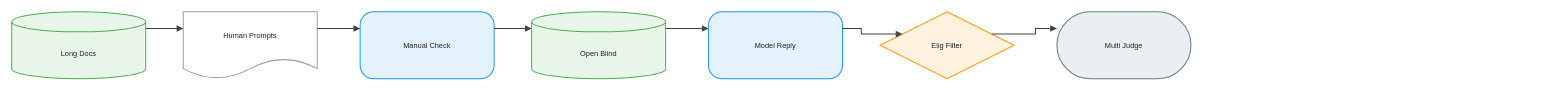
This is client/public/drawio/FACTS_Grounding/FACTS_Grounding.en.drawio from joe1chief/benchmark-hub, a draw.io file, before an edit. Source tidied: cells renumbered, new cells numbered last; positions are measured from the earlier drawing's top-left corner, leaving out a move shared by most shapes. Both pictures are drawn from the tidied source at 67%, with x=0, y=0 at pixel (11, 11).
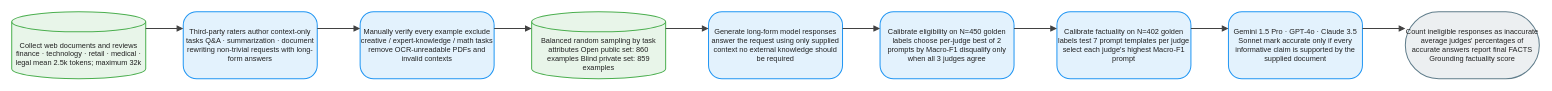
The same diagram, later.

Change to the diagram source:
```diff
@@
 <mxGraphModel background="#FFFFFF">
   <root>
     <mxCell id="0" />
     <mxCell id="1" parent="0" />
-    <mxCell id="2" value="Long Docs" style="shape=cylinder3;boundedLbl=1;backgroundOutline=1;size=15;html=1;whiteSpace=wrap;fillColor=#E8F5E9;strokeColor=#4CAF50;strokeWidth=1.5;fontColor=#212121;fontSize=11;fontFamily=Arial, Helvetica, sans-serif;verticalAlign=middle;align=center;" parent="1" vertex="1">
+    <mxCell id="2" value="Collect web documents and reviews finance · technology · retail · medical · legal mean 2.5k tokens; maximum 32k" style="shape=cylinder3;boundedLbl=1;backgroundOutline=1;size=15;html=1;whiteSpace=wrap;fillColor=#E8F5E9;strokeColor=#4CAF50;strokeWidth=1.5;fontColor=#212121;fontSize=11;fontFamily=Arial, Helvetica, sans-serif;verticalAlign=middle;align=center;" parent="1" vertex="1">
       <mxGeometry width="200" height="100" as="geometry" />
     </mxCell>
-    <mxCell id="3" value="Human Prompts" style="shape=document;boundedLbl=1;html=1;whiteSpace=wrap;fillColor=#FFFFFF;strokeColor=#9E9E9E;strokeWidth=1.5;fontColor=#212121;fontSize=11;fontFamily=Arial, Helvetica, sans-serif;verticalAlign=middle;align=center;" parent="1" vertex="1">
+    <mxCell id="3" value="Third-party raters author context-only tasks Q&amp;A · summarization · document rewriting non-trivial requests with long-form answers" style="rounded=1;arcSize=20;html=1;whiteSpace=wrap;fillColor=#E3F2FD;strokeColor=#2196F3;strokeWidth=1.5;fontColor=#212121;fontSize=11;fontFamily=Arial, Helvetica, sans-serif;verticalAlign=middle;align=center;" parent="1" vertex="1">
       <mxGeometry x="256" width="200" height="100" as="geometry" />
     </mxCell>
-    <mxCell id="4" value="Manual Check" style="rounded=1;arcSize=20;html=1;whiteSpace=wrap;fillColor=#E3F2FD;strokeColor=#2196F3;strokeWidth=1.5;fontColor=#212121;fontSize=11;fontFamily=Arial, Helvetica, sans-serif;verticalAlign=middle;align=center;" parent="1" vertex="1">
+    <mxCell id="4" value="Manually verify every example exclude creative / expert-knowledge / math tasks remove OCR-unreadable PDFs and invalid contexts" style="rounded=1;arcSize=20;html=1;whiteSpace=wrap;fillColor=#E3F2FD;strokeColor=#2196F3;strokeWidth=1.5;fontColor=#212121;fontSize=11;fontFamily=Arial, Helvetica, sans-serif;verticalAlign=middle;align=center;" parent="1" vertex="1">
       <mxGeometry x="520" width="200" height="100" as="geometry" />
     </mxCell>
-    <mxCell id="5" value="Open Blind" style="shape=cylinder3;boundedLbl=1;backgroundOutline=1;size=15;html=1;whiteSpace=wrap;fillColor=#E8F5E9;strokeColor=#4CAF50;strokeWidth=1.5;fontColor=#212121;fontSize=11;fontFamily=Arial, Helvetica, sans-serif;verticalAlign=middle;align=center;" parent="1" vertex="1">
+    <mxCell id="5" value="Balanced random sampling by task attributes Open public set: 860 examples Blind private set: 859 examples" style="shape=cylinder3;boundedLbl=1;backgroundOutline=1;size=15;html=1;whiteSpace=wrap;fillColor=#E8F5E9;strokeColor=#4CAF50;strokeWidth=1.5;fontColor=#212121;fontSize=11;fontFamily=Arial, Helvetica, sans-serif;verticalAlign=middle;align=center;" parent="1" vertex="1">
       <mxGeometry x="776" width="200" height="100" as="geometry" />
     </mxCell>
-    <mxCell id="6" value="Model Reply" style="rounded=1;arcSize=20;html=1;whiteSpace=wrap;fillColor=#E3F2FD;strokeColor=#2196F3;strokeWidth=1.5;fontColor=#212121;fontSize=11;fontFamily=Arial, Helvetica, sans-serif;verticalAlign=middle;align=center;" parent="1" vertex="1">
+    <mxCell id="6" value="Generate long-form model responses answer the request using only supplied context no external knowledge should be required" style="rounded=1;arcSize=20;html=1;whiteSpace=wrap;fillColor=#E3F2FD;strokeColor=#2196F3;strokeWidth=1.5;fontColor=#212121;fontSize=11;fontFamily=Arial, Helvetica, sans-serif;verticalAlign=middle;align=center;" parent="1" vertex="1">
       <mxGeometry x="1040" width="200" height="100" as="geometry" />
     </mxCell>
-    <mxCell id="7" value="Elig Filter" style="rhombus;html=1;whiteSpace=wrap;fillColor=#FFF3E0;strokeColor=#FF9800;strokeWidth=1.5;fontColor=#212121;fontSize=11;fontFamily=Arial, Helvetica, sans-serif;verticalAlign=middle;align=center;" parent="1" vertex="1">
+    <mxCell id="7" value="Calibrate eligibility on N=450 golden labels choose per-judge best of 2 prompts by Macro-F1 disqualify only when all 3 judges agree" style="rounded=1;arcSize=20;html=1;whiteSpace=wrap;fillColor=#E3F2FD;strokeColor=#2196F3;strokeWidth=1.5;fontColor=#212121;fontSize=11;fontFamily=Arial, Helvetica, sans-serif;verticalAlign=middle;align=center;" parent="1" vertex="1">
       <mxGeometry x="1296" width="200" height="100" as="geometry" />
     </mxCell>
-    <mxCell id="8" value="Multi Judge" style="rounded=1;arcSize=50;html=1;whiteSpace=wrap;fillColor=#ECEFF1;strokeColor=#607D8B;strokeWidth=1.5;fontColor=#212121;fontSize=11;fontFamily=Arial, Helvetica, sans-serif;verticalAlign=middle;align=center;" parent="1" vertex="1">
+    <mxCell id="8" value="Calibrate factuality on N=402 golden labels test 7 prompt templates per judge select each judge's highest Macro-F1 prompt" style="rounded=1;arcSize=20;html=1;whiteSpace=wrap;fillColor=#E3F2FD;strokeColor=#2196F3;strokeWidth=1.5;fontColor=#212121;fontSize=11;fontFamily=Arial, Helvetica, sans-serif;verticalAlign=middle;align=center;" parent="1" vertex="1">
       <mxGeometry x="1560" width="200" height="100" as="geometry" />
     </mxCell>
-    <mxCell id="9" style="edgeStyle=orthogonalEdgeStyle;rounded=0;jettySize=auto;html=1;strokeColor=#424242;strokeWidth=1.5;endArrow=block;endFill=1;exitX=1;exitY=0.25;exitDx=0;exitDy=0;entryX=0;entryY=0.25;entryDx=0;entryDy=0;jumpStyle=arc;jumpSize=8;" parent="1" edge="1" source="2" target="3">
-      <mxGeometry relative="1" as="geometry" />
+    <mxCell id="9" value="Gemini 1.5 Pro · GPT-4o · Claude 3.5 Sonnet mark accurate only if every informative claim is supported by the supplied document" style="rounded=1;arcSize=20;html=1;whiteSpace=wrap;fillColor=#E3F2FD;strokeColor=#2196F3;strokeWidth=1.5;fontColor=#212121;fontSize=11;fontFamily=Arial, Helvetica, sans-serif;verticalAlign=middle;align=center;" parent="1" vertex="1">
+      <mxGeometry x="1816" width="200" height="100" as="geometry" />
     </mxCell>
-    <mxCell id="10" style="edgeStyle=orthogonalEdgeStyle;rounded=0;jettySize=auto;html=1;strokeColor=#424242;strokeWidth=1.5;endArrow=block;endFill=1;exitX=1;exitY=0.25;exitDx=0;exitDy=0;entryX=0;entryY=0.25;entryDx=0;entryDy=0;jumpStyle=arc;jumpSize=8;" parent="1" edge="1" source="3" target="4">
-      <mxGeometry relative="1" as="geometry" />
+    <mxCell id="10" value="Count ineligible responses as inaccurate average judges' percentages of accurate answers report final FACTS Grounding factuality score" style="rounded=1;arcSize=50;html=1;whiteSpace=wrap;fillColor=#ECEFF1;strokeColor=#607D8B;strokeWidth=1.5;fontColor=#212121;fontSize=11;fontFamily=Arial, Helvetica, sans-serif;verticalAlign=middle;align=center;" parent="1" vertex="1">
+      <mxGeometry x="2080" width="200" height="100" as="geometry" />
     </mxCell>
-    <mxCell id="11" style="edgeStyle=orthogonalEdgeStyle;rounded=0;jettySize=auto;html=1;strokeColor=#424242;strokeWidth=1.5;endArrow=block;endFill=1;exitX=1;exitY=0.25;exitDx=0;exitDy=0;entryX=0;entryY=0.25;entryDx=0;entryDy=0;jumpStyle=arc;jumpSize=8;" parent="1" edge="1" source="4" target="5">
+    <mxCell id="11" style="edgeStyle=orthogonalEdgeStyle;rounded=0;jettySize=auto;html=1;strokeColor=#424242;strokeWidth=1.5;endArrow=block;endFill=1;exitX=1;exitY=0.25;exitDx=0;exitDy=0;entryX=0;entryY=0.25;entryDx=0;entryDy=0;jumpStyle=arc;jumpSize=8;" parent="1" edge="1" source="2" target="3">
       <mxGeometry relative="1" as="geometry" />
     </mxCell>
-    <mxCell id="12" style="edgeStyle=orthogonalEdgeStyle;rounded=0;jettySize=auto;html=1;strokeColor=#424242;strokeWidth=1.5;endArrow=block;endFill=1;exitX=1;exitY=0.25;exitDx=0;exitDy=0;entryX=0;entryY=0.25;entryDx=0;entryDy=0;jumpStyle=arc;jumpSize=8;" parent="1" edge="1" source="5" target="6">
+    <mxCell id="12" style="edgeStyle=orthogonalEdgeStyle;rounded=0;jettySize=auto;html=1;strokeColor=#424242;strokeWidth=1.5;endArrow=block;endFill=1;exitX=1;exitY=0.25;exitDx=0;exitDy=0;entryX=0;entryY=0.25;entryDx=0;entryDy=0;jumpStyle=arc;jumpSize=8;" parent="1" edge="1" source="3" target="4">
       <mxGeometry relative="1" as="geometry" />
     </mxCell>
-    <mxCell id="13" style="edgeStyle=orthogonalEdgeStyle;rounded=0;jettySize=auto;html=1;strokeColor=#424242;strokeWidth=1.5;endArrow=block;endFill=1;exitX=1;exitY=0.25;exitDx=0;exitDy=0;entryX=0;entryY=0.25;entryDx=0;entryDy=0;jumpStyle=arc;jumpSize=8;" parent="1" edge="1" source="6" target="7">
+    <mxCell id="13" style="edgeStyle=orthogonalEdgeStyle;rounded=0;jettySize=auto;html=1;strokeColor=#424242;strokeWidth=1.5;endArrow=block;endFill=1;exitX=1;exitY=0.25;exitDx=0;exitDy=0;entryX=0;entryY=0.25;entryDx=0;entryDy=0;jumpStyle=arc;jumpSize=8;" parent="1" edge="1" source="4" target="5">
       <mxGeometry relative="1" as="geometry" />
     </mxCell>
-    <mxCell id="14" style="edgeStyle=orthogonalEdgeStyle;rounded=0;jettySize=auto;html=1;strokeColor=#424242;strokeWidth=1.5;endArrow=block;endFill=1;exitX=1;exitY=0.25;exitDx=0;exitDy=0;entryX=0;entryY=0.25;entryDx=0;entryDy=0;jumpStyle=arc;jumpSize=8;" parent="1" edge="1" source="7" target="8">
+    <mxCell id="14" style="edgeStyle=orthogonalEdgeStyle;rounded=0;jettySize=auto;html=1;strokeColor=#424242;strokeWidth=1.5;endArrow=block;endFill=1;exitX=1;exitY=0.25;exitDx=0;exitDy=0;entryX=0;entryY=0.25;entryDx=0;entryDy=0;jumpStyle=arc;jumpSize=8;" parent="1" edge="1" source="5" target="6">
       <mxGeometry relative="1" as="geometry" />
     </mxCell>
+    <mxCell id="15" style="edgeStyle=orthogonalEdgeStyle;rounded=0;jettySize=auto;html=1;strokeColor=#424242;strokeWidth=1.5;endArrow=block;endFill=1;exitX=1;exitY=0.25;exitDx=0;exitDy=0;entryX=0;entryY=0.25;entryDx=0;entryDy=0;jumpStyle=arc;jumpSize=8;" parent="1" edge="1" source="6" target="7">
+      <mxGeometry relative="1" as="geometry" />
+    </mxCell>
+    <mxCell id="16" style="edgeStyle=orthogonalEdgeStyle;rounded=0;jettySize=auto;html=1;strokeColor=#424242;strokeWidth=1.5;endArrow=block;endFill=1;exitX=1;exitY=0.25;exitDx=0;exitDy=0;entryX=0;entryY=0.25;entryDx=0;entryDy=0;jumpStyle=arc;jumpSize=8;" parent="1" edge="1" source="7" target="8">
+      <mxGeometry relative="1" as="geometry" />
+    </mxCell>
+    <mxCell id="17" style="edgeStyle=orthogonalEdgeStyle;rounded=0;jettySize=auto;html=1;strokeColor=#424242;strokeWidth=1.5;endArrow=block;endFill=1;exitX=1;exitY=0.25;exitDx=0;exitDy=0;entryX=0;entryY=0.25;entryDx=0;entryDy=0;jumpStyle=arc;jumpSize=8;" parent="1" edge="1" source="8" target="9">
+      <mxGeometry relative="1" as="geometry" />
+    </mxCell>
+    <mxCell id="18" style="edgeStyle=orthogonalEdgeStyle;rounded=0;jettySize=auto;html=1;strokeColor=#424242;strokeWidth=1.5;endArrow=block;endFill=1;exitX=1;exitY=0.25;exitDx=0;exitDy=0;entryX=0;entryY=0.25;entryDx=0;entryDy=0;jumpStyle=arc;jumpSize=8;" parent="1" edge="1" source="9" target="10">
+      <mxGeometry relative="1" as="geometry" />
+    </mxCell>
   </root>
 </mxGraphModel>
```
